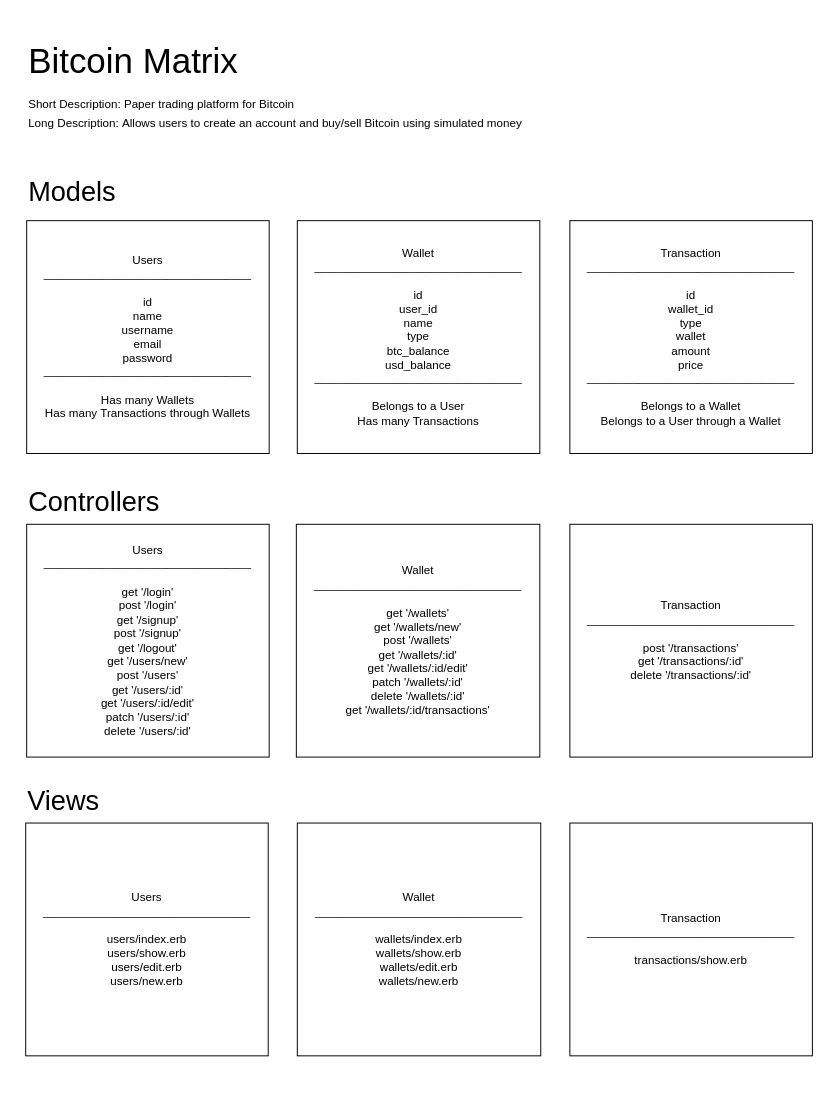
The draw.io diagram models.drawio in smcbride1/bitcoin-matrix, before the edit. Source tidied: cells renumbered, new cells numbered last; positions are measured from the earlier drawing's top-left corner, leaving out a move shared by most shapes. Both pictures are drawn from the tidied source at 97%, with x=0, y=0 at pixel (16, 16).
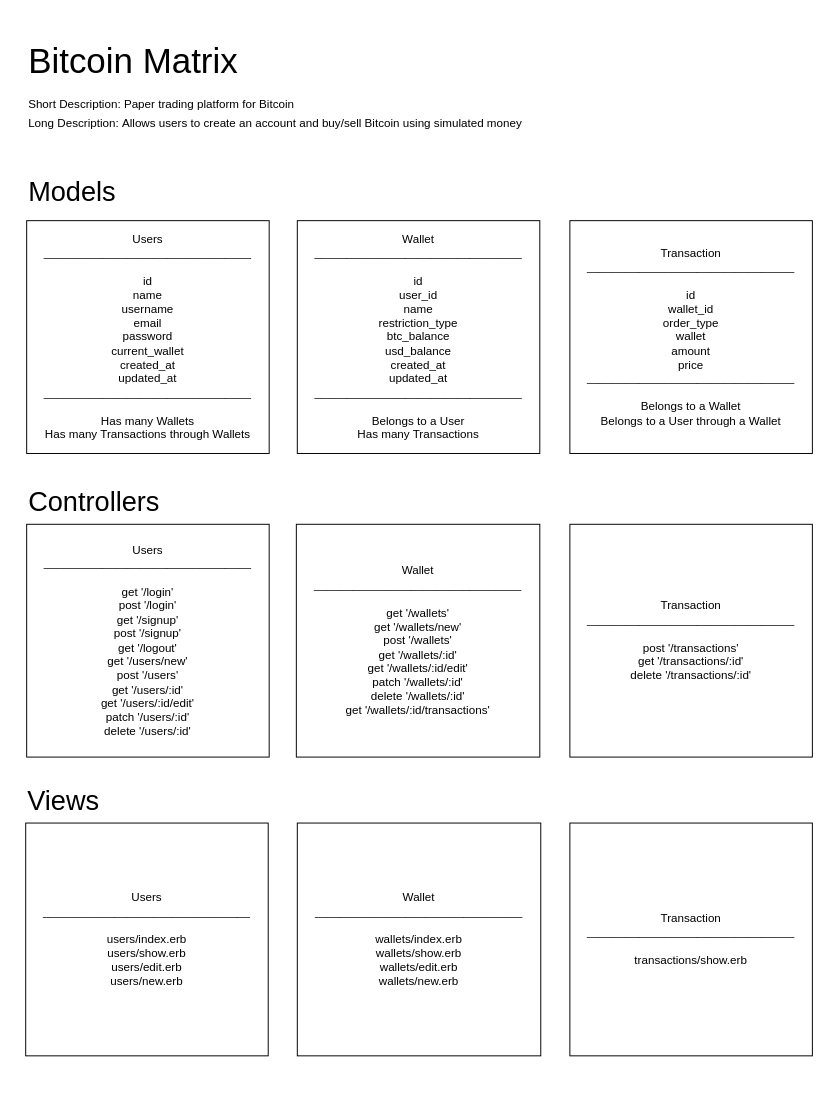
The same diagram, later.

Diff of the diagram source:
```diff
@@
 <mxGraphModel>
   <root>
     <mxCell id="0" />
     <mxCell id="1" parent="0" />
     <mxCell id="2" style="rounded=0;whiteSpace=wrap;html=1;strokeColor=none;" parent="1" vertex="1">
       <mxGeometry width="830" height="1110" as="geometry" />
     </mxCell>
-    <mxCell id="3" value="Users&lt;br&gt;________________________________&lt;br&gt;&lt;br&gt;id&lt;br&gt;name&lt;br&gt;username&lt;br&gt;email&lt;br&gt;password&lt;br&gt;________________________________&lt;br&gt;&lt;br&gt;Has many Wallets&lt;br&gt;Has many Transactions through Wallets" style="rounded=0;whiteSpace=wrap;html=1;" parent="1" vertex="1">
+    <mxCell id="3" value="Users&lt;br&gt;________________________________&lt;br&gt;&lt;br&gt;id&lt;br&gt;name&lt;br&gt;username&lt;br&gt;email&lt;br&gt;password&lt;br&gt;current_wallet&lt;br&gt;created_at&lt;br&gt;updated_at&lt;br&gt;________________________________&lt;br&gt;&lt;br&gt;Has many Wallets&lt;br&gt;Has many Transactions through Wallets" style="rounded=0;whiteSpace=wrap;html=1;" parent="1" vertex="1">
       <mxGeometry x="10" y="210" width="250" height="240" as="geometry" />
     </mxCell>
-    <mxCell id="4" value="Wallet&lt;br&gt;________________________________&lt;br&gt;&lt;br&gt;id&lt;br&gt;user_id&lt;br&gt;name&lt;br&gt;type&lt;br&gt;btc_balance&lt;br&gt;usd_balance&lt;br&gt;________________________________&lt;br&gt;&lt;br&gt;Belongs to a User&lt;br&gt;Has many Transactions" style="rounded=0;whiteSpace=wrap;html=1;" parent="1" vertex="1">
+    <mxCell id="4" value="Wallet&lt;br&gt;________________________________&lt;br&gt;&lt;br&gt;id&lt;br&gt;user_id&lt;br&gt;name&lt;br&gt;restriction_type&lt;br&gt;btc_balance&lt;br&gt;usd_balance&lt;br&gt;created_at&lt;br&gt;updated_at&lt;br&gt;________________________________&lt;br&gt;&lt;br&gt;Belongs to a User&lt;br&gt;Has many Transactions" style="rounded=0;whiteSpace=wrap;html=1;" parent="1" vertex="1">
       <mxGeometry x="289" y="210" width="250" height="240" as="geometry" />
     </mxCell>
-    <mxCell id="5" value="Transaction&lt;br&gt;________________________________&lt;br&gt;&lt;br&gt;id&lt;br&gt;wallet_id&lt;br&gt;type&lt;br&gt;wallet&lt;br&gt;amount&lt;br&gt;price&lt;br&gt;________________________________&lt;br&gt;&lt;br&gt;Belongs to a Wallet&lt;br&gt;Belongs to a User through a Wallet" style="rounded=0;whiteSpace=wrap;html=1;" parent="1" vertex="1">
+    <mxCell id="5" value="Transaction&lt;br&gt;________________________________&lt;br&gt;&lt;br&gt;id&lt;br&gt;wallet_id&lt;br&gt;order_type&lt;br&gt;wallet&lt;br&gt;amount&lt;br&gt;price&lt;br&gt;________________________________&lt;br&gt;&lt;br&gt;Belongs to a Wallet&lt;br&gt;Belongs to a User through a Wallet" style="rounded=0;whiteSpace=wrap;html=1;" parent="1" vertex="1">
       <mxGeometry x="570" y="210" width="250" height="240" as="geometry" />
     </mxCell>
     <mxCell id="6" value="&lt;font style=&quot;font-size: 36px&quot;&gt;Bitcoin Matrix&lt;/font&gt;" style="text;html=1;align=left;verticalAlign=middle;" parent="1" vertex="1">
       <mxGeometry x="10" y="30" width="230" height="30" as="geometry" />
     </mxCell>
     <mxCell id="7" value="Short Description:&amp;nbsp;Paper trading platform for Bitcoin" style="text;html=1;align=left;verticalAlign=middle;" parent="1" vertex="1">
       <mxGeometry x="10" y="80" width="290" height="20" as="geometry" />
     </mxCell>
     <mxCell id="8" value="Long Description:&amp;nbsp;Allows users to create an account and buy/sell Bitcoin using simulated money" style="text;html=1;align=left;verticalAlign=middle;" parent="1" vertex="1">
       <mxGeometry x="10" y="100" width="520" height="20" as="geometry" />
     </mxCell>
     <mxCell id="9" value="&lt;font style=&quot;font-size: 28px&quot;&gt;Models&lt;/font&gt;" style="text;html=1;align=left;verticalAlign=middle;" parent="1" vertex="1">
       <mxGeometry x="10" y="170" width="110" height="20" as="geometry" />
     </mxCell>
     <mxCell id="10" value="&lt;font style=&quot;font-size: 28px&quot;&gt;Controllers&lt;/font&gt;" style="text;html=1;align=left;verticalAlign=middle;" parent="1" vertex="1">
       <mxGeometry x="10" y="490" width="150" height="20" as="geometry" />
     </mxCell>
     <mxCell id="11" value="Users&lt;br&gt;________________________________&lt;br&gt;&lt;div&gt;&lt;br&gt;&lt;/div&gt;&lt;div&gt;get '/login'&lt;br&gt;&lt;/div&gt;&lt;div&gt;post '/login'&lt;/div&gt;&lt;div&gt;get '/signup'&lt;/div&gt;&lt;div&gt;post '/signup'&lt;/div&gt;&lt;div&gt;get '/logout'&lt;/div&gt;&lt;div&gt;get '/users/new'&lt;/div&gt;&lt;div&gt;post '/users'&lt;/div&gt;&lt;div&gt;get '/users/:id'&lt;/div&gt;&lt;div&gt;get '/users/:id/edit'&lt;/div&gt;&lt;div&gt;patch '/users/:id'&lt;/div&gt;&lt;div&gt;delete '/users/:id'&lt;/div&gt;" style="rounded=0;whiteSpace=wrap;html=1;align=center;" parent="1" vertex="1">
       <mxGeometry x="10" y="523" width="250" height="240" as="geometry" />
     </mxCell>
     <mxCell id="12" value="&lt;span&gt;Wallet&lt;/span&gt;&lt;br&gt;________________________________&lt;br&gt;&lt;span&gt;&lt;br&gt;get '/wallets'&lt;/span&gt;&lt;br&gt;&lt;span&gt;get '/wallets/new'&lt;/span&gt;&lt;br&gt;&lt;span&gt;post '/wallets'&lt;/span&gt;&lt;br&gt;&lt;span&gt;get '/wallets/:id'&lt;/span&gt;&lt;br&gt;&lt;span&gt;get '/wallets/:id/edit'&lt;/span&gt;&lt;br&gt;&lt;span&gt;patch '/wallets/:id'&lt;/span&gt;&lt;br&gt;&lt;span&gt;delete '/wallets/:id'&lt;br&gt;&lt;/span&gt;get '/wallets/:id/transactions'&lt;span&gt;&lt;br&gt;&lt;/span&gt;" style="rounded=0;whiteSpace=wrap;html=1;" parent="1" vertex="1">
       <mxGeometry x="288" y="523" width="251" height="240" as="geometry" />
     </mxCell>
     <mxCell id="13" value="&lt;span&gt;Transaction&lt;/span&gt;&lt;br&gt;&lt;div&gt;________________________________&lt;br&gt;&lt;div&gt;&lt;br&gt;&lt;/div&gt;&lt;div&gt;post '/transactions'&lt;/div&gt;&lt;div&gt;get '/transactions/:id'&lt;/div&gt;&lt;div&gt;delete '/transactions/:id'&lt;/div&gt;&lt;/div&gt;" style="rounded=0;whiteSpace=wrap;html=1;" parent="1" vertex="1">
       <mxGeometry x="570" y="523" width="250" height="240" as="geometry" />
     </mxCell>
     <mxCell id="14" value="&lt;font style=&quot;font-size: 28px&quot;&gt;Views&lt;/font&gt;" style="text;html=1;align=left;verticalAlign=middle;" parent="1" vertex="1">
       <mxGeometry x="9" y="798" width="90" height="20" as="geometry" />
     </mxCell>
     <mxCell id="15" value="Users&lt;br&gt;________________________________&lt;br&gt;&lt;div&gt;&lt;br&gt;&lt;/div&gt;&lt;div&gt;users/index.erb&lt;/div&gt;users&lt;span&gt;/show.erb&lt;/span&gt;&lt;br&gt;&lt;div&gt;users/edit.erb&lt;/div&gt;&lt;div&gt;users/new.erb&lt;/div&gt;" style="rounded=0;whiteSpace=wrap;html=1;align=center;" parent="1" vertex="1">
       <mxGeometry x="9" y="831" width="250" height="240" as="geometry" />
     </mxCell>
     <mxCell id="16" value="&lt;span&gt;Wallet&lt;/span&gt;&lt;br&gt;________________________________&lt;br&gt;&lt;span&gt;&lt;br&gt;&lt;/span&gt;&lt;div&gt;wallets/index.erb&lt;/div&gt;wallets&lt;span&gt;/show.erb&lt;/span&gt;&lt;br&gt;wallets&lt;span&gt;/edit.erb&lt;/span&gt;&lt;br&gt;wallets&lt;span&gt;/new.erb&lt;/span&gt;" style="rounded=0;whiteSpace=wrap;html=1;" parent="1" vertex="1">
       <mxGeometry x="289" y="831" width="251" height="240" as="geometry" />
     </mxCell>
     <mxCell id="17" value="&lt;span&gt;Transaction&lt;/span&gt;&lt;br&gt;&lt;div&gt;________________________________&lt;br&gt;&lt;div&gt;&lt;br&gt;&lt;/div&gt;&lt;div&gt;transactions&lt;span&gt;/show.erb&lt;/span&gt;&lt;br&gt;&lt;/div&gt;&lt;/div&gt;" style="rounded=0;whiteSpace=wrap;html=1;" parent="1" vertex="1">
       <mxGeometry x="570" y="831" width="250" height="240" as="geometry" />
     </mxCell>
   </root>
 </mxGraphModel>
```
